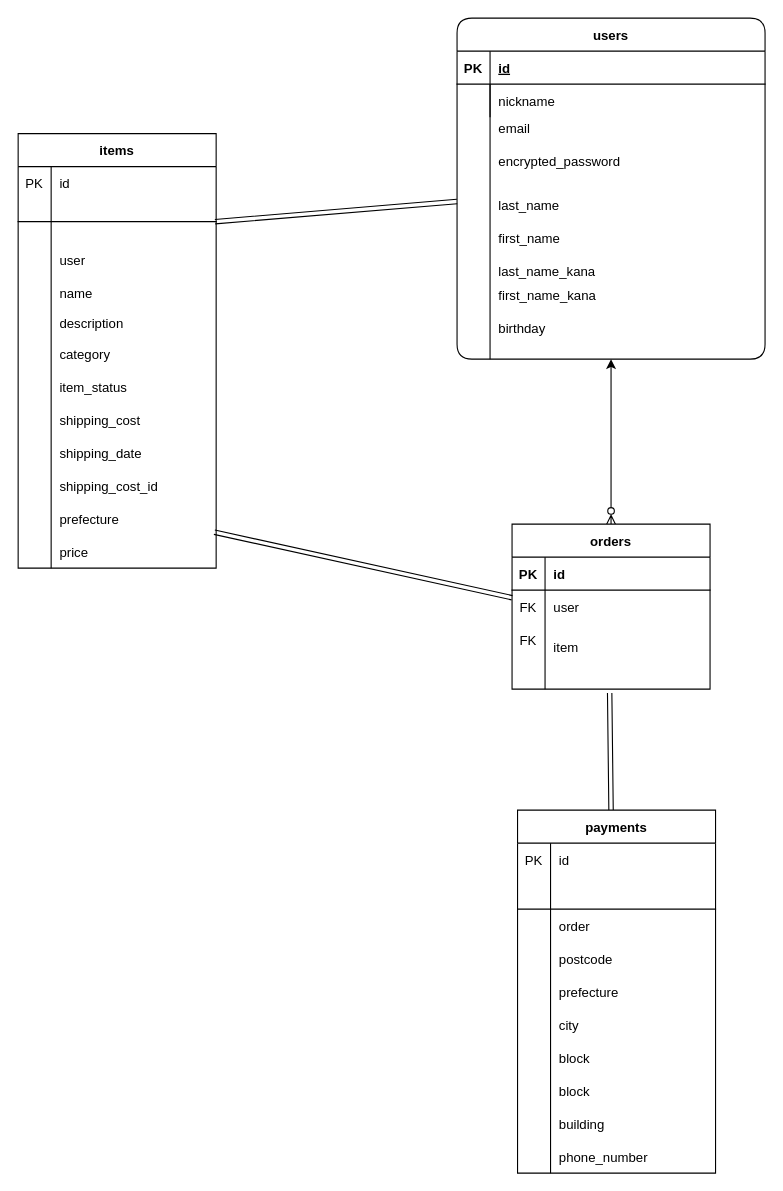
Tatushi/furima-39121 keeps this draw.io diagram as ER.dio. Above is the earlier version. Source tidied: cells renumbered, new cells numbered last; positions are measured from the earlier drawing's top-left corner, leaving out a move shared by most shapes. Both pictures are drawn from the tidied source at 110%, with x=0, y=0 at pixel (18, 18).
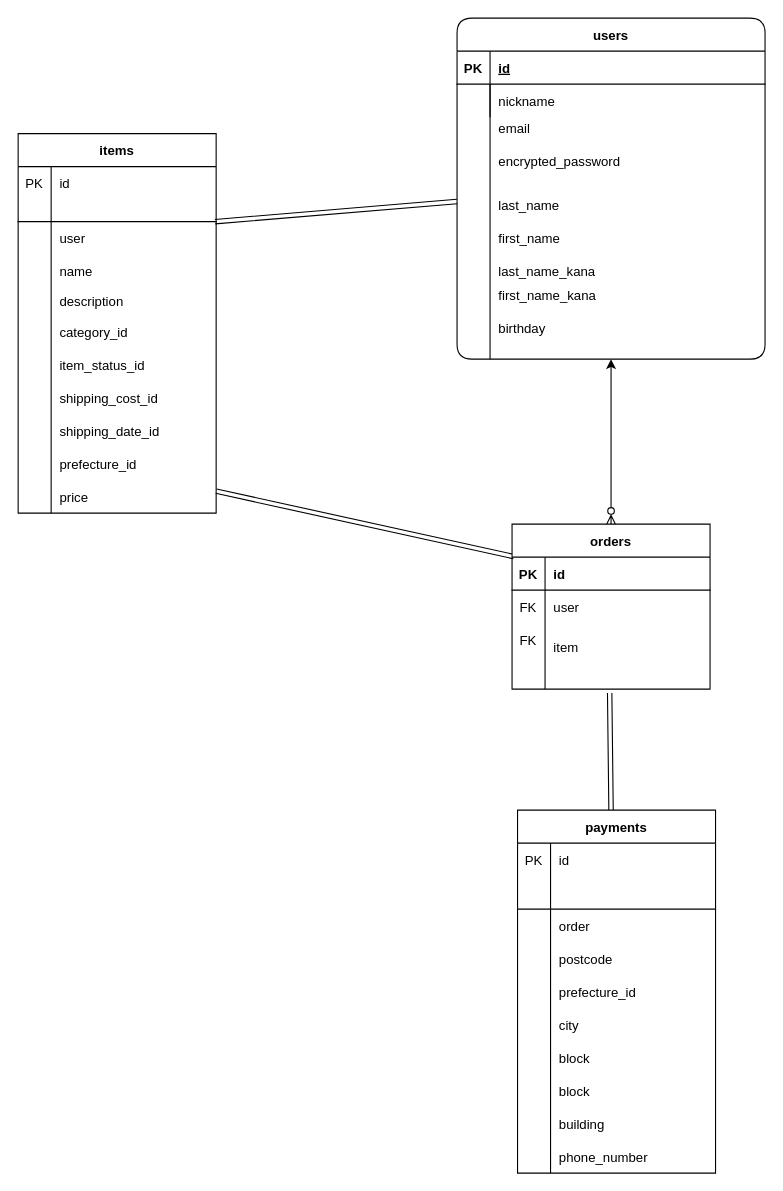
Above is the later version.

Commit message (it also covers changes not shown here):
ER図、Readme修正

The change refers to these unchanged cells:
```xml
<mxCell id="74" style="shape=tableRow;horizontal=0;startSize=0;swimlaneHead=0;swimlaneBody=0;fillColor=none;top=0;left=0;right=0;bottom=0;" parent="61" vertex="1">
  <mxGeometry y="150" width="180" height="30" as="geometry" />
</mxCell>
```

The edit, as a diff of the source:
```diff
@@
-    <mxCell id="19" style="html=1;entryX=0.991;entryY=-0.089;entryDx=0;entryDy=0;entryPerimeter=0;startArrow=none;startFill=0;shape=link;" parent="1" edge="1" target="58">
+    <mxCell id="19" style="html=1;entryX=0.991;entryY=-0.089;entryDx=0;entryDy=0;entryPerimeter=0;startArrow=none;startFill=0;shape=link;" parent="1" edge="1">
       <mxGeometry relative="1" as="geometry">
-        <mxPoint x="449" y="526.9" as="sourcePoint" />
+        <mxPoint x="450.6" y="489.5" as="sourcePoint" />
+        <mxPoint x="180" y="430" as="targetPoint" />
       </mxGeometry>
     </mxCell>
@@
     <mxCell id="21" value="items" style="shape=table;startSize=30;childLayout=tableLayout;rowLines=0;fontStyle=1;align=center;" parent="1" vertex="1">
-      <mxGeometry y="105" width="180" height="395" as="geometry" />
+      <mxGeometry y="105" width="180" height="345" as="geometry" />
     </mxCell>
@@
-    <mxCell id="28" style="shape=tableRow;horizontal=0;startSize=0;swimlaneHead=0;swimlaneBody=0;fillColor=none;top=0;left=0;right=0;bottom=0;" parent="21" vertex="1">
-      <mxGeometry y="80" width="180" height="20" as="geometry" />
-    </mxCell>
-    <mxCell id="29" style="shape=partialRectangle;fillColor=none;top=0;left=0;bottom=0;right=0;overflow=hidden;" parent="28" vertex="1">
-      <mxGeometry width="30" height="20" as="geometry" />
-    </mxCell>
-    <mxCell id="30" style="shape=partialRectangle;fillColor=none;top=0;left=0;bottom=0;right=0;align=left;spacingLeft=6;overflow=hidden;" parent="28" vertex="1">
-      <mxGeometry x="30" width="150" height="20" as="geometry" />
-    </mxCell>
     <mxCell id="31" style="shape=tableRow;horizontal=0;startSize=0;swimlaneHead=0;swimlaneBody=0;fillColor=none;top=0;left=0;right=0;bottom=0;" parent="21" vertex="1">
-      <mxGeometry y="100" width="180" height="30" as="geometry" />
+      <mxGeometry y="80" width="180" height="30" as="geometry" />
     </mxCell>
@@
     <mxCell id="34" style="shape=tableRow;horizontal=0;startSize=0;swimlaneHead=0;swimlaneBody=0;fillColor=none;top=0;left=0;right=0;bottom=0;" parent="21" vertex="1">
-      <mxGeometry y="130" width="180" height="30" as="geometry" />
+      <mxGeometry y="110" width="180" height="30" as="geometry" />
     </mxCell>
@@
     <mxCell id="37" style="shape=tableRow;horizontal=0;startSize=0;swimlaneHead=0;swimlaneBody=0;fillColor=none;top=0;left=0;right=0;bottom=0;" parent="21" vertex="1">
-      <mxGeometry y="160" width="180" height="25" as="geometry" />
+      <mxGeometry y="140" width="180" height="25" as="geometry" />
     </mxCell>
@@
     <mxCell id="40" style="shape=tableRow;horizontal=0;startSize=0;swimlaneHead=0;swimlaneBody=0;fillColor=none;top=0;left=0;right=0;bottom=0;" parent="21" vertex="1">
-      <mxGeometry y="185" width="180" height="30" as="geometry" />
+      <mxGeometry y="165" width="180" height="30" as="geometry" />
     </mxCell>
@@
-    <mxCell id="42" value="category" style="shape=partialRectangle;fillColor=none;top=0;left=0;bottom=0;right=0;align=left;spacingLeft=6;overflow=hidden;" parent="40" vertex="1">
+    <mxCell id="42" value="category_id" style="shape=partialRectangle;fillColor=none;top=0;left=0;bottom=0;right=0;align=left;spacingLeft=6;overflow=hidden;" parent="40" vertex="1">
       <mxGeometry x="30" width="150" height="30" as="geometry" />
     </mxCell>
     <mxCell id="43" style="shape=tableRow;horizontal=0;startSize=0;swimlaneHead=0;swimlaneBody=0;fillColor=none;top=0;left=0;right=0;bottom=0;" parent="21" vertex="1">
-      <mxGeometry y="215" width="180" height="30" as="geometry" />
+      <mxGeometry y="195" width="180" height="30" as="geometry" />
     </mxCell>
@@
-    <mxCell id="45" value="item_status" style="shape=partialRectangle;fillColor=none;top=0;left=0;bottom=0;right=0;align=left;spacingLeft=6;overflow=hidden;" parent="43" vertex="1">
+    <mxCell id="45" value="item_status_id" style="shape=partialRectangle;fillColor=none;top=0;left=0;bottom=0;right=0;align=left;spacingLeft=6;overflow=hidden;" parent="43" vertex="1">
       <mxGeometry x="30" width="150" height="30" as="geometry" />
     </mxCell>
     <mxCell id="46" style="shape=tableRow;horizontal=0;startSize=0;swimlaneHead=0;swimlaneBody=0;fillColor=none;top=0;left=0;right=0;bottom=0;" parent="21" vertex="1">
-      <mxGeometry y="245" width="180" height="30" as="geometry" />
+      <mxGeometry y="225" width="180" height="30" as="geometry" />
     </mxCell>
@@
-    <mxCell id="48" value="shipping_cost" style="shape=partialRectangle;fillColor=none;top=0;left=0;bottom=0;right=0;align=left;spacingLeft=6;overflow=hidden;" parent="46" vertex="1">
+    <mxCell id="48" value="shipping_cost_id" style="shape=partialRectangle;fillColor=none;top=0;left=0;bottom=0;right=0;align=left;spacingLeft=6;overflow=hidden;" parent="46" vertex="1">
       <mxGeometry x="30" width="150" height="30" as="geometry" />
     </mxCell>
     <mxCell id="49" style="shape=tableRow;horizontal=0;startSize=0;swimlaneHead=0;swimlaneBody=0;fillColor=none;top=0;left=0;right=0;bottom=0;" parent="21" vertex="1">
-      <mxGeometry y="275" width="180" height="30" as="geometry" />
+      <mxGeometry y="255" width="180" height="30" as="geometry" />
     </mxCell>
@@
-    <mxCell id="51" value="shipping_date" style="shape=partialRectangle;fillColor=none;top=0;left=0;bottom=0;right=0;align=left;spacingLeft=6;overflow=hidden;" parent="49" vertex="1">
+    <mxCell id="51" value="shipping_date_id" style="shape=partialRectangle;fillColor=none;top=0;left=0;bottom=0;right=0;align=left;spacingLeft=6;overflow=hidden;" parent="49" vertex="1">
       <mxGeometry x="30" width="150" height="30" as="geometry" />
     </mxCell>
     <mxCell id="52" style="shape=tableRow;horizontal=0;startSize=0;swimlaneHead=0;swimlaneBody=0;fillColor=none;top=0;left=0;right=0;bottom=0;" parent="21" vertex="1">
-      <mxGeometry y="305" width="180" height="30" as="geometry" />
+      <mxGeometry y="285" width="180" height="30" as="geometry" />
     </mxCell>
@@
-    <mxCell id="54" value="shipping_cost_id" style="shape=partialRectangle;fillColor=none;top=0;left=0;bottom=0;right=0;align=left;spacingLeft=6;overflow=hidden;" parent="52" vertex="1">
+    <mxCell id="54" value="prefecture_id" style="shape=partialRectangle;fillColor=none;top=0;left=0;bottom=0;right=0;align=left;spacingLeft=6;overflow=hidden;" parent="52" vertex="1">
       <mxGeometry x="30" width="150" height="30" as="geometry" />
     </mxCell>
     <mxCell id="55" style="shape=tableRow;horizontal=0;startSize=0;swimlaneHead=0;swimlaneBody=0;fillColor=none;top=0;left=0;right=0;bottom=0;" parent="21" vertex="1">
-      <mxGeometry y="335" width="180" height="30" as="geometry" />
+      <mxGeometry y="315" width="180" height="30" as="geometry" />
     </mxCell>
@@
-    <mxCell id="57" value="prefecture" style="shape=partialRectangle;fillColor=none;top=0;left=0;bottom=0;right=0;align=left;spacingLeft=6;overflow=hidden;" parent="55" vertex="1">
+    <mxCell id="57" value="price" style="shape=partialRectangle;fillColor=none;top=0;left=0;bottom=0;right=0;align=left;spacingLeft=6;overflow=hidden;" parent="55" vertex="1">
       <mxGeometry x="30" width="150" height="30" as="geometry" />
     </mxCell>
-    <mxCell id="58" style="shape=tableRow;horizontal=0;startSize=0;swimlaneHead=0;swimlaneBody=0;fillColor=none;points=[[0,0.5],[1,0.5]];portConstraint=eastwest;top=0;left=0;right=0;bottom=0;" parent="21" vertex="1">
-      <mxGeometry y="365" width="180" height="30" as="geometry" />
-    </mxCell>
-    <mxCell id="59" style="shape=partialRectangle;fillColor=none;top=0;left=0;bottom=0;right=0;overflow=hidden;" parent="58" vertex="1">
-      <mxGeometry width="30" height="30" as="geometry" />
-    </mxCell>
-    <mxCell id="60" value="price" style="shape=partialRectangle;fillColor=none;top=0;left=0;bottom=0;right=0;align=left;spacingLeft=6;overflow=hidden;" parent="58" vertex="1">
-      <mxGeometry x="30" width="150" height="30" as="geometry" />
-    </mxCell>
@@
-    <mxCell id="76" value="prefecture" style="shape=partialRectangle;fillColor=none;top=0;left=0;bottom=0;right=0;align=left;spacingLeft=6;overflow=hidden;" parent="74" vertex="1">
+    <mxCell id="76" value="prefecture_id" style="shape=partialRectangle;fillColor=none;top=0;left=0;bottom=0;right=0;align=left;spacingLeft=6;overflow=hidden;" parent="74" vertex="1">
       <mxGeometry x="30" width="150" height="30" as="geometry" />
     </mxCell>
```
